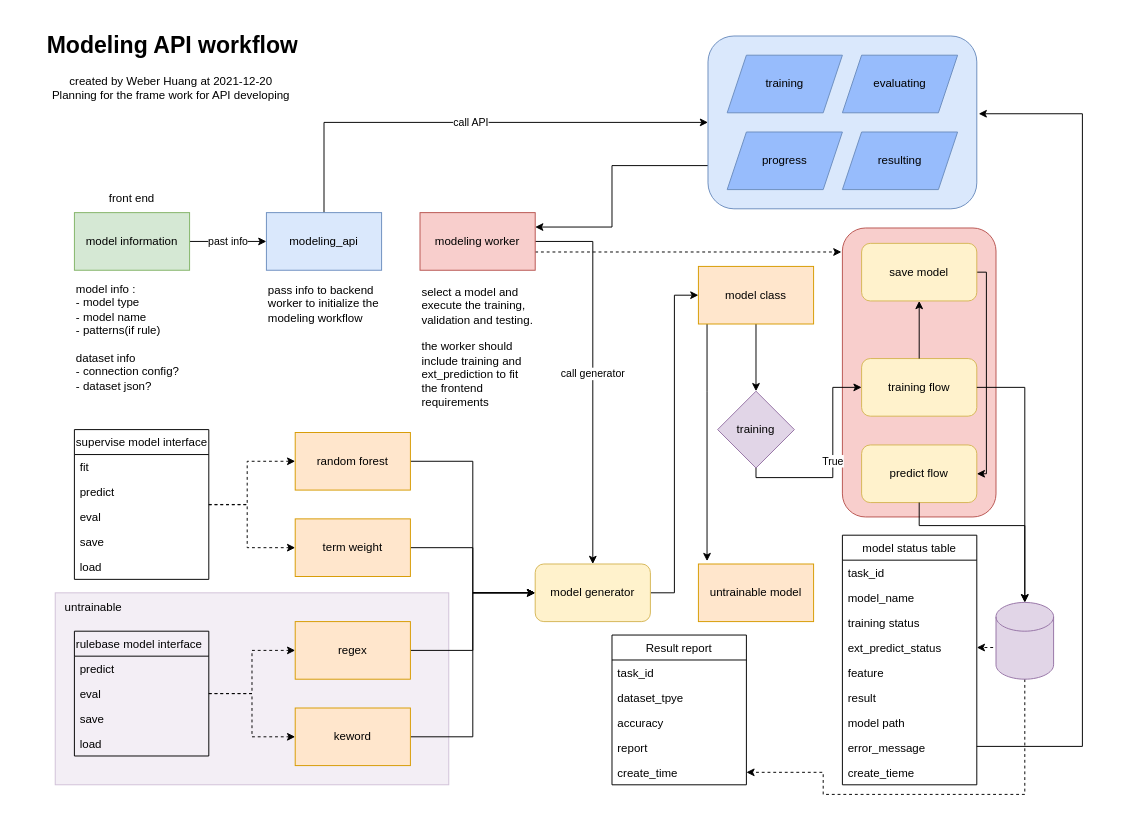
Earlier version of the draw.io diagram page "API planning" (1 of 7) of graph/modeling_api.drawio (ychuang789/labelapi). Source tidied: cells renumbered, new cells numbered last; positions are measured from the earlier drawing's top-left corner, leaving out a move shared by most shapes. Both pictures are drawn from the tidied source at 96%, with x=0, y=0 at pixel (16, 26).
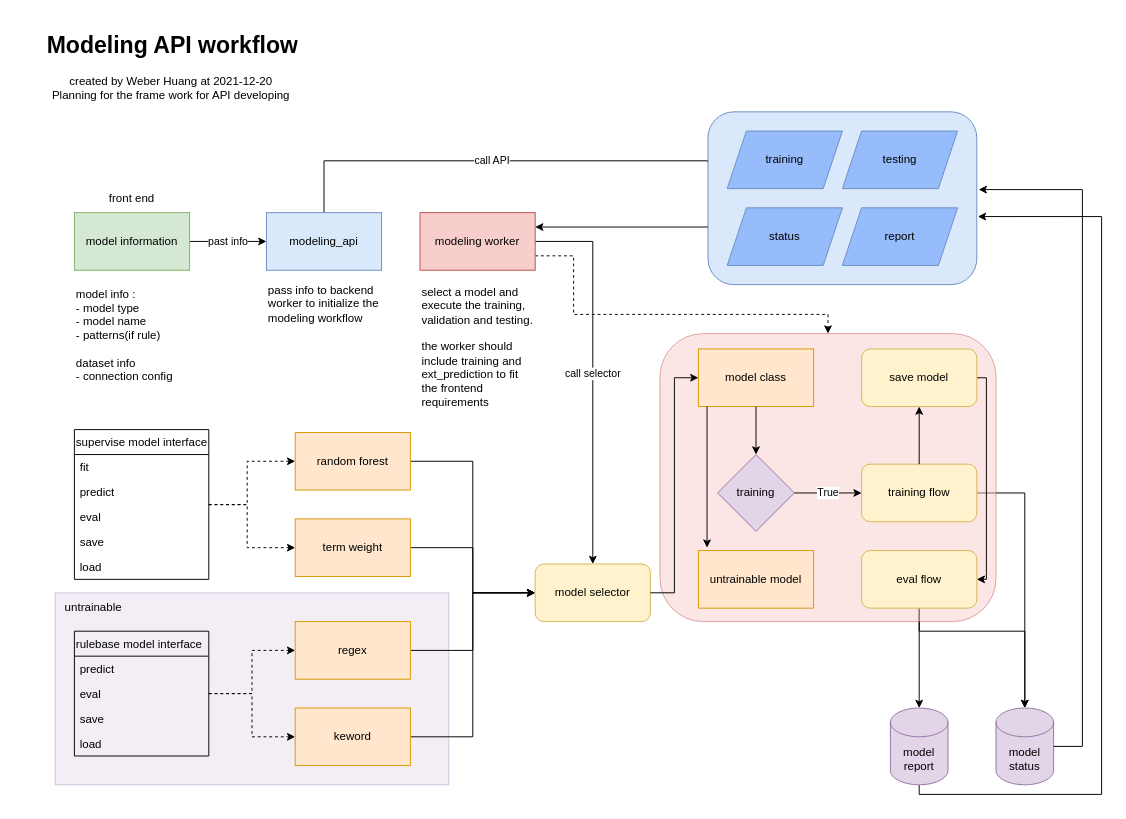
The same page after the edit.

Commit message (it also covers changes not shown here):
edit model_core ModelingWorker init_model

Unchanged cells that the change refers to:
```xml
<mxCell id="8" value="modeling_api" style="rounded=0;whiteSpace=wrap;html=1;fillColor=#dae8fc;strokeColor=#6c8ebf;" parent="1" vertex="1">
  <mxGeometry x="260" y="194" width="120" height="60" as="geometry" />
</mxCell>
<mxCell id="11" value="modeling worker" style="rounded=0;whiteSpace=wrap;html=1;fillColor=#f8cecc;strokeColor=#b85450;" parent="1" vertex="1">
  <mxGeometry x="420" y="194" width="120" height="60" as="geometry" />
</mxCell>
<mxCell id="60" style="rounded=1;whiteSpace=wrap;html=1;align=center;fillColor=#dae8fc;strokeColor=#6c8ebf;" parent="59" vertex="1">
  <mxGeometry width="280" height="180" as="geometry" />
</mxCell>
```

The edit, as a diff of the source:
```diff
@@
-    <mxCell id="2" style="edgeStyle=orthogonalEdgeStyle;rounded=0;jettySize=auto;html=1;entryX=1;entryY=0.5;entryDx=0;entryDy=0;dashed=1;" parent="1" edge="1" source="46" target="81">
-      <mxGeometry relative="1" as="geometry">
-        <Array as="points">
-          <mxPoint x="1050" y="800" />
-          <mxPoint x="840" y="800" />
-          <mxPoint x="840" y="777" />
-        </Array>
-      </mxGeometry>
-    </mxCell>
@@
-    <mxCell id="4" style="edgeStyle=orthogonalEdgeStyle;rounded=0;jettySize=auto;html=1;entryX=1;entryY=0.25;entryDx=0;entryDy=0;exitX=0;exitY=0.75;exitDx=0;exitDy=0;" parent="1" edge="1" source="60" target="11">
+    <mxCell id="4" style="edgeStyle=orthogonalEdgeStyle;rounded=0;jettySize=auto;html=1;entryX=1;entryY=0.25;entryDx=0;entryDy=0;exitX=0.007;exitY=0.661;exitDx=0;exitDy=0;exitPerimeter=0;" parent="1" edge="1" source="60" target="11">
       <mxGeometry relative="1" as="geometry">
         <Array as="points">
-          <mxPoint x="620" y="145" />
-          <mxPoint x="620" y="209" />
+          <mxPoint x="720" y="208" />
+          <mxPoint x="720" y="209" />
         </Array>
       </mxGeometry>
     </mxCell>
@@
-    <mxCell id="7" value="call API" style="edgeStyle=orthogonalEdgeStyle;rounded=0;jettySize=auto;html=1;entryX=0;entryY=0.5;entryDx=0;entryDy=0;" parent="1" edge="1" source="8" target="60">
+    <mxCell id="7" value="call API" style="edgeStyle=orthogonalEdgeStyle;rounded=0;jettySize=auto;html=1;entryX=-0.004;entryY=0.294;entryDx=0;entryDy=0;entryPerimeter=0;" parent="1" edge="1" source="8" target="60">
       <mxGeometry relative="1" as="geometry">
         <Array as="points">
-          <mxPoint x="320" y="100" />
+          <mxPoint x="320" y="140" />
+          <mxPoint x="720" y="140" />
+          <mxPoint x="720" y="142" />
         </Array>
       </mxGeometry>
     </mxCell>
@@
-    <mxCell id="9" value="call generator" style="edgeStyle=orthogonalEdgeStyle;rounded=0;jettySize=auto;html=1;entryX=0.5;entryY=0;entryDx=0;entryDy=0;" parent="1" edge="1" source="11" target="39">
+    <mxCell id="9" value="call selector" style="edgeStyle=orthogonalEdgeStyle;rounded=0;jettySize=auto;html=1;entryX=0.5;entryY=0;entryDx=0;entryDy=0;" parent="1" edge="1" source="11" target="39">
       <mxGeometry relative="1" as="geometry">
         <Array as="points">
           <mxPoint x="600" y="224" />
         </Array>
       </mxGeometry>
     </mxCell>
-    <mxCell id="10" style="edgeStyle=orthogonalEdgeStyle;rounded=0;jettySize=auto;html=1;dashed=1;" parent="1" edge="1" source="11">
+    <mxCell id="10" style="edgeStyle=orthogonalEdgeStyle;rounded=0;jettySize=auto;html=1;dashed=1;entryX=0.5;entryY=0;entryDx=0;entryDy=0;exitX=1;exitY=0.75;exitDx=0;exitDy=0;" parent="1" edge="1" source="11" target="67">
       <mxGeometry relative="1" as="geometry">
-        <mxPoint x="859" y="235" as="targetPoint" />
         <Array as="points">
-          <mxPoint x="700" y="235" />
-          <mxPoint x="700" y="235" />
+          <mxPoint x="580" y="239" />
+          <mxPoint x="580" y="300" />
+          <mxPoint x="845" y="300" />
         </Array>
       </mxGeometry>
     </mxCell>
@@
-    <mxCell id="12" value="model info :&amp;nbsp;&lt;br&gt;- model type&lt;br&gt;- model name&lt;br&gt;- patterns(if rule)&lt;br&gt;&lt;br&gt;dataset info&lt;br&gt;- connection config?&lt;br&gt;- dataset json?&lt;br&gt;" style="text;html=1;strokeColor=none;fillColor=none;align=left;verticalAlign=middle;whiteSpace=wrap;rounded=0;" parent="1" vertex="1">
-      <mxGeometry x="60" y="264" width="120" height="120" as="geometry" />
+    <mxCell id="12" value="model info :&amp;nbsp;&lt;br&gt;- model type&lt;br&gt;- model name&lt;br&gt;- patterns(if rule)&lt;br&gt;&lt;br&gt;dataset info&lt;br&gt;- connection config" style="text;html=1;strokeColor=none;fillColor=none;align=left;verticalAlign=middle;whiteSpace=wrap;rounded=0;" parent="1" vertex="1">
+      <mxGeometry x="60" y="264" width="120" height="116" as="geometry" />
     </mxCell>
@@
-    <mxCell id="38" style="edgeStyle=orthogonalEdgeStyle;rounded=0;jettySize=auto;html=1;entryX=0;entryY=0.5;entryDx=0;entryDy=0;" parent="1" edge="1" source="39" target="43">
-      <mxGeometry relative="1" as="geometry" />
-    </mxCell>
-    <mxCell id="39" value="model generator" style="rounded=1;whiteSpace=wrap;html=1;align=center;fillColor=#fff2cc;strokeColor=#d6b656;" parent="1" vertex="1">
+    <mxCell id="39" value="model selector" style="rounded=1;whiteSpace=wrap;html=1;align=center;fillColor=#fff2cc;strokeColor=#d6b656;" parent="1" vertex="1">
       <mxGeometry x="540" y="560" width="120" height="60" as="geometry" />
     </mxCell>
@@
-    <mxCell id="41" style="edgeStyle=orthogonalEdgeStyle;rounded=0;jettySize=auto;html=1;entryX=0.5;entryY=0;entryDx=0;entryDy=0;" parent="1" edge="1" source="43" target="44">
-      <mxGeometry relative="1" as="geometry" />
-    </mxCell>
-    <mxCell id="42" style="edgeStyle=orthogonalEdgeStyle;rounded=0;jettySize=auto;html=1;entryX=0.075;entryY=-0.05;entryDx=0;entryDy=0;entryPerimeter=0;" parent="1" edge="1" source="43" target="82">
-      <mxGeometry relative="1" as="geometry">
-        <Array as="points">
-          <mxPoint x="719" y="380" />
-          <mxPoint x="719" y="380" />
-        </Array>
-      </mxGeometry>
-    </mxCell>
-    <mxCell id="43" value="model class" style="rounded=0;whiteSpace=wrap;html=1;align=center;fillColor=#ffe6cc;strokeColor=#d79b00;" parent="1" vertex="1">
-      <mxGeometry x="710" y="250" width="120" height="60" as="geometry" />
-    </mxCell>
-    <mxCell id="44" value="training" style="rhombus;whiteSpace=wrap;html=1;align=center;fillColor=#e1d5e7;strokeColor=#9673a6;" parent="1" vertex="1">
-      <mxGeometry x="730" y="380" width="80" height="80" as="geometry" />
-    </mxCell>
-    <mxCell id="45" style="edgeStyle=orthogonalEdgeStyle;rounded=0;jettySize=auto;html=1;entryX=1;entryY=0.5;entryDx=0;entryDy=0;dashed=1;exitX=0.5;exitY=1;exitDx=0;exitDy=0;exitPerimeter=0;" parent="1" edge="1" source="46" target="52">
-      <mxGeometry relative="1" as="geometry">
-        <Array as="points">
-          <mxPoint x="1050" y="647" />
-        </Array>
-      </mxGeometry>
-    </mxCell>
-    <mxCell id="46" style="shape=cylinder3;whiteSpace=wrap;html=1;boundedLbl=1;backgroundOutline=1;size=15;align=center;fillColor=#e1d5e7;strokeColor=#9673a6;" parent="1" vertex="1">
-      <mxGeometry x="1020" y="600" width="60" height="80" as="geometry" />
+    <mxCell id="46" value="model&lt;br&gt;status" style="shape=cylinder3;whiteSpace=wrap;html=1;boundedLbl=1;backgroundOutline=1;size=15;align=center;fillColor=#e1d5e7;strokeColor=#9673a6;" parent="1" vertex="1">
+      <mxGeometry x="1020" y="710" width="60" height="80" as="geometry" />
     </mxCell>
-    <mxCell id="47" style="edgeStyle=orthogonalEdgeStyle;rounded=0;jettySize=auto;html=1;entryX=1.007;entryY=0.45;entryDx=0;entryDy=0;entryPerimeter=0;" parent="1" edge="1" source="48" target="60">
+    <mxCell id="47" style="edgeStyle=orthogonalEdgeStyle;rounded=0;jettySize=auto;html=1;entryX=1.007;entryY=0.45;entryDx=0;entryDy=0;entryPerimeter=0;exitX=1;exitY=0.5;exitDx=0;exitDy=0;exitPerimeter=0;" parent="1" edge="1" source="46" target="60">
       <mxGeometry relative="1" as="geometry">
         <Array as="points">
           <mxPoint x="1110" y="750" />
-          <mxPoint x="1110" y="91" />
+          <mxPoint x="1110" y="170" />
         </Array>
       </mxGeometry>
     </mxCell>
-    <mxCell id="48" value="model status table" style="swimlane;fontStyle=0;horizontal=1;startSize=26;fillColor=none;align=center;" parent="1" vertex="1">
-      <mxGeometry x="860" y="530" width="140" height="260" as="geometry" />
-    </mxCell>
-    <mxCell id="49" value="task_id" style="text;strokeColor=none;fillColor=none;align=left;verticalAlign=top;spacingLeft=4;spacingRight=4;overflow=hidden;" parent="48" vertex="1">
-      <mxGeometry y="26" width="140" height="26" as="geometry" />
-    </mxCell>
-    <mxCell id="50" value="model_name" style="text;strokeColor=none;fillColor=none;align=left;verticalAlign=top;spacingLeft=4;spacingRight=4;overflow=hidden;" parent="48" vertex="1">
-      <mxGeometry y="52" width="140" height="26" as="geometry" />
-    </mxCell>
-    <mxCell id="51" value="training status" style="text;strokeColor=none;fillColor=none;align=left;verticalAlign=top;spacingLeft=4;spacingRight=4;overflow=hidden;" parent="48" vertex="1">
-      <mxGeometry y="78" width="140" height="26" as="geometry" />
-    </mxCell>
-    <mxCell id="52" value="ext_predict_status" style="text;strokeColor=none;fillColor=none;align=left;verticalAlign=top;spacingLeft=4;spacingRight=4;overflow=hidden;points=[[0,0.5],[1,0.5]];portConstraint=eastwest;" parent="48" vertex="1">
-      <mxGeometry y="104" width="140" height="26" as="geometry" />
-    </mxCell>
-    <mxCell id="53" value="feature" style="text;strokeColor=none;fillColor=none;align=left;verticalAlign=top;spacingLeft=4;spacingRight=4;overflow=hidden;" parent="48" vertex="1">
-      <mxGeometry y="130" width="140" height="26" as="geometry" />
-    </mxCell>
-    <mxCell id="54" value="result" style="text;strokeColor=none;fillColor=none;align=left;verticalAlign=top;spacingLeft=4;spacingRight=4;overflow=hidden;" parent="48" vertex="1">
-      <mxGeometry y="156" width="140" height="26" as="geometry" />
-    </mxCell>
-    <mxCell id="55" value="model path" style="text;strokeColor=none;fillColor=none;align=left;verticalAlign=top;spacingLeft=4;spacingRight=4;overflow=hidden;" parent="48" vertex="1">
-      <mxGeometry y="182" width="140" height="26" as="geometry" />
-    </mxCell>
-    <mxCell id="56" value="error_message" style="text;strokeColor=none;fillColor=none;align=left;verticalAlign=top;spacingLeft=4;spacingRight=4;overflow=hidden;" parent="48" vertex="1">
-      <mxGeometry y="208" width="140" height="26" as="geometry" />
-    </mxCell>
-    <mxCell id="57" value="create_tieme" style="text;strokeColor=none;fillColor=none;align=left;verticalAlign=top;spacingLeft=4;spacingRight=4;overflow=hidden;" parent="48" vertex="1">
-      <mxGeometry y="234" width="140" height="26" as="geometry" />
-    </mxCell>
@@
     <mxCell id="59" style="group;" parent="1" vertex="1">
-      <mxGeometry x="720" y="10" width="280" height="180" as="geometry" />
+      <mxGeometry x="720" y="89" width="280" height="180" as="geometry" />
     </mxCell>
@@
-    <mxCell id="62" value="evaluating" style="shape=parallelogram;perimeter=parallelogramPerimeter;whiteSpace=wrap;html=1;fixedSize=1;align=center;fillColor=#97BCFC;strokeColor=#6c8ebf;" parent="59" vertex="1">
+    <mxCell id="62" value="testing" style="shape=parallelogram;perimeter=parallelogramPerimeter;whiteSpace=wrap;html=1;fixedSize=1;align=center;fillColor=#97BCFC;strokeColor=#6c8ebf;" parent="59" vertex="1">
       <mxGeometry x="140" y="20" width="120" height="60" as="geometry" />
     </mxCell>
-    <mxCell id="63" value="progress" style="shape=parallelogram;perimeter=parallelogramPerimeter;whiteSpace=wrap;html=1;fixedSize=1;align=center;fillColor=#97BCFC;strokeColor=#6c8ebf;" parent="59" vertex="1">
+    <mxCell id="63" value="status" style="shape=parallelogram;perimeter=parallelogramPerimeter;whiteSpace=wrap;html=1;fixedSize=1;align=center;fillColor=#97BCFC;strokeColor=#6c8ebf;" parent="59" vertex="1">
       <mxGeometry x="20" y="100" width="120" height="60" as="geometry" />
     </mxCell>
-    <mxCell id="64" value="resulting" style="shape=parallelogram;perimeter=parallelogramPerimeter;whiteSpace=wrap;html=1;fixedSize=1;align=center;fillColor=#97BCFC;strokeColor=#6c8ebf;" parent="59" vertex="1">
+    <mxCell id="64" value="report" style="shape=parallelogram;perimeter=parallelogramPerimeter;whiteSpace=wrap;html=1;fixedSize=1;align=center;fillColor=#97BCFC;strokeColor=#6c8ebf;" parent="59" vertex="1">
       <mxGeometry x="140" y="100" width="120" height="60" as="geometry" />
     </mxCell>
@@
-    <mxCell id="66" style="group;" parent="1" vertex="1">
-      <mxGeometry x="860" y="210" width="160" height="301" as="geometry" />
-    </mxCell>
+    <mxCell id="74" style="edgeStyle=orthogonalEdgeStyle;rounded=0;jettySize=auto;html=1;entryX=0.5;entryY=0;entryDx=0;entryDy=0;entryPerimeter=0;" parent="1" edge="1" source="69" target="46">
+      <mxGeometry relative="1" as="geometry">
+        <Array as="points">
+          <mxPoint x="1050" y="630" />
+        </Array>
+      </mxGeometry>
+    </mxCell>
+    <mxCell id="75" style="edgeStyle=orthogonalEdgeStyle;rounded=0;jettySize=auto;html=1;entryX=0.5;entryY=0;entryDx=0;entryDy=0;entryPerimeter=0;" parent="1" edge="1" source="68" target="46">
+      <mxGeometry relative="1" as="geometry" />
+    </mxCell>
+    <mxCell id="83" style="edgeStyle=orthogonalEdgeStyle;rounded=0;jettySize=auto;html=1;entryX=1.004;entryY=0.606;entryDx=0;entryDy=0;entryPerimeter=0;fontSize=18;endArrow=classic;endFill=1;" parent="1" edge="1" source="84" target="60">
+      <mxGeometry relative="1" as="geometry">
+        <Array as="points">
+          <mxPoint x="940" y="800" />
+          <mxPoint x="1130" y="800" />
+          <mxPoint x="1130" y="198" />
+        </Array>
+      </mxGeometry>
+    </mxCell>
+    <mxCell id="84" value="model&lt;br&gt;report" style="shape=cylinder3;whiteSpace=wrap;html=1;boundedLbl=1;backgroundOutline=1;size=15;align=center;fillColor=#e1d5e7;strokeColor=#9673a6;" parent="1" vertex="1">
+      <mxGeometry x="910" y="710" width="60" height="80" as="geometry" />
+    </mxCell>
+    <mxCell id="85" style="edgeStyle=orthogonalEdgeStyle;rounded=0;jettySize=auto;html=1;fontSize=18;endArrow=classic;endFill=1;entryX=0.5;entryY=0;entryDx=0;entryDy=0;entryPerimeter=0;" parent="1" edge="1" source="69" target="84">
+      <mxGeometry relative="1" as="geometry" />
+    </mxCell>
+    <mxCell id="86" style="group;" parent="1" vertex="1">
+      <mxGeometry x="670" y="320" width="350" height="300" as="geometry" />
+    </mxCell>
-    <mxCell id="67" style="rounded=1;whiteSpace=wrap;html=1;fillColor=#f8cecc;align=center;strokeColor=#b85450;" parent="66" vertex="1">
-      <mxGeometry width="160" height="301" as="geometry" />
+    <mxCell id="67" style="rounded=1;whiteSpace=wrap;html=1;fillColor=#f8cecc;align=center;strokeColor=#b85450;opacity=50;" parent="86" vertex="1">
+      <mxGeometry width="350" height="300" as="geometry" />
     </mxCell>
+    <mxCell id="43" value="model class" style="rounded=0;whiteSpace=wrap;html=1;align=center;fillColor=#ffe6cc;strokeColor=#d79b00;" parent="86" vertex="1">
+      <mxGeometry x="40" y="16" width="120" height="60" as="geometry" />
+    </mxCell>
+    <mxCell id="44" value="training" style="rhombus;whiteSpace=wrap;html=1;align=center;fillColor=#e1d5e7;strokeColor=#9673a6;" parent="86" vertex="1">
+      <mxGeometry x="60" y="126" width="80" height="80" as="geometry" />
+    </mxCell>
+    <mxCell id="41" style="edgeStyle=orthogonalEdgeStyle;rounded=0;jettySize=auto;html=1;entryX=0.5;entryY=0;entryDx=0;entryDy=0;" parent="86" edge="1" source="43" target="44">
+      <mxGeometry relative="1" as="geometry" />
+    </mxCell>
+    <mxCell id="73" value="True" style="edgeStyle=orthogonalEdgeStyle;rounded=0;jettySize=auto;html=1;entryX=0;entryY=0.5;entryDx=0;entryDy=0;exitX=1;exitY=0.5;exitDx=0;exitDy=0;" parent="86" edge="1" source="44" target="68">
+      <mxGeometry relative="1" as="geometry">
+        <Array as="points">
+          <mxPoint x="150" y="166" />
+          <mxPoint x="150" y="166" />
+        </Array>
+      </mxGeometry>
+    </mxCell>
+    <mxCell id="82" value="untrainable model" style="rounded=0;whiteSpace=wrap;html=1;align=center;fillColor=#ffe6cc;strokeColor=#d79b00;" parent="86" vertex="1">
+      <mxGeometry x="40" y="226" width="120" height="60" as="geometry" />
+    </mxCell>
+    <mxCell id="42" style="edgeStyle=orthogonalEdgeStyle;rounded=0;jettySize=auto;html=1;entryX=0.075;entryY=-0.05;entryDx=0;entryDy=0;entryPerimeter=0;" parent="86" edge="1" source="43" target="82">
+      <mxGeometry relative="1" as="geometry">
+        <Array as="points">
+          <mxPoint x="49" y="170" />
+          <mxPoint x="49" y="170" />
+        </Array>
+      </mxGeometry>
+    </mxCell>
-    <mxCell id="68" value="training flow" style="rounded=1;whiteSpace=wrap;html=1;align=center;fillColor=#fff2cc;strokeColor=#d6b656;" parent="66" vertex="1">
-      <mxGeometry x="20" y="136" width="120" height="60" as="geometry" />
+    <mxCell id="68" value="training flow" style="rounded=1;whiteSpace=wrap;html=1;align=center;fillColor=#fff2cc;strokeColor=#d6b656;" parent="86" vertex="1">
+      <mxGeometry x="210" y="136" width="120" height="60" as="geometry" />
     </mxCell>
-    <mxCell id="69" value="predict flow" style="rounded=1;whiteSpace=wrap;html=1;align=center;fillColor=#fff2cc;strokeColor=#d6b656;" parent="66" vertex="1">
-      <mxGeometry x="20" y="226" width="120" height="60" as="geometry" />
+    <mxCell id="69" value="eval flow" style="rounded=1;whiteSpace=wrap;html=1;align=center;fillColor=#fff2cc;strokeColor=#d6b656;" parent="86" vertex="1">
+      <mxGeometry x="210" y="226" width="120" height="60" as="geometry" />
     </mxCell>
-    <mxCell id="70" style="edgeStyle=orthogonalEdgeStyle;rounded=0;jettySize=auto;html=1;entryX=1;entryY=0.5;entryDx=0;entryDy=0;" parent="66" edge="1" source="71" target="69">
-      <mxGeometry relative="1" as="geometry">
+    <mxCell id="70" style="edgeStyle=orthogonalEdgeStyle;rounded=0;jettySize=auto;html=1;entryX=1;entryY=0.5;entryDx=0;entryDy=0;" parent="86" edge="1" source="71" target="69">
+      <mxGeometry x="190" as="geometry">
         <Array as="points">
-          <mxPoint x="150" y="46" />
-          <mxPoint x="150" y="256" />
+          <mxPoint x="340" y="46" />
+          <mxPoint x="340" y="256" />
         </Array>
       </mxGeometry>
     </mxCell>
-    <mxCell id="71" value="save model" style="whiteSpace=wrap;html=1;rounded=1;fillColor=#fff2cc;strokeColor=#d6b656;" parent="66" vertex="1">
-      <mxGeometry x="20" y="16" width="120" height="60" as="geometry" />
+    <mxCell id="71" value="save model" style="whiteSpace=wrap;html=1;rounded=1;fillColor=#fff2cc;strokeColor=#d6b656;" parent="86" vertex="1">
+      <mxGeometry x="210" y="16" width="120" height="60" as="geometry" />
     </mxCell>
-    <mxCell id="72" style="edgeStyle=orthogonalEdgeStyle;rounded=0;jettySize=auto;html=1;" parent="66" edge="1" source="68" target="71">
-      <mxGeometry relative="1" as="geometry" />
+    <mxCell id="72" style="edgeStyle=orthogonalEdgeStyle;rounded=0;jettySize=auto;html=1;" parent="86" edge="1" source="68" target="71">
+      <mxGeometry x="190" as="geometry" />
     </mxCell>
-    <mxCell id="73" value="True" style="edgeStyle=orthogonalEdgeStyle;rounded=0;jettySize=auto;html=1;entryX=0;entryY=0.5;entryDx=0;entryDy=0;exitX=0.5;exitY=1;exitDx=0;exitDy=0;" parent="1" edge="1" source="44" target="68">
-      <mxGeometry relative="1" as="geometry">
-        <Array as="points">
-          <mxPoint x="770" y="470" />
-          <mxPoint x="850" y="470" />
-          <mxPoint x="850" y="376" />
-        </Array>
-      </mxGeometry>
-    </mxCell>
-    <mxCell id="74" style="edgeStyle=orthogonalEdgeStyle;rounded=0;jettySize=auto;html=1;entryX=0.5;entryY=0;entryDx=0;entryDy=0;entryPerimeter=0;" parent="1" edge="1" source="69" target="46">
-      <mxGeometry relative="1" as="geometry">
-        <Array as="points">
-          <mxPoint x="1050" y="520" />
-        </Array>
-      </mxGeometry>
-    </mxCell>
-    <mxCell id="75" style="edgeStyle=orthogonalEdgeStyle;rounded=0;jettySize=auto;html=1;entryX=0.5;entryY=0;entryDx=0;entryDy=0;entryPerimeter=0;" parent="1" edge="1" source="68" target="46">
-      <mxGeometry relative="1" as="geometry" />
-    </mxCell>
-    <mxCell id="76" value="Result report" style="swimlane;fontStyle=0;horizontal=1;startSize=26;fillColor=none;align=center;" parent="1" vertex="1">
-      <mxGeometry x="620" y="634" width="140" height="156" as="geometry" />
-    </mxCell>
-    <mxCell id="77" value="task_id" style="text;strokeColor=none;fillColor=none;align=left;verticalAlign=top;spacingLeft=4;spacingRight=4;overflow=hidden;" parent="76" vertex="1">
-      <mxGeometry y="26" width="140" height="26" as="geometry" />
-    </mxCell>
-    <mxCell id="78" value="dataset_tpye" style="text;strokeColor=none;fillColor=none;align=left;verticalAlign=top;spacingLeft=4;spacingRight=4;overflow=hidden;" parent="76" vertex="1">
-      <mxGeometry y="52" width="140" height="26" as="geometry" />
-    </mxCell>
-    <mxCell id="79" value="accuracy" style="text;strokeColor=none;fillColor=none;align=left;verticalAlign=top;spacingLeft=4;spacingRight=4;overflow=hidden;" parent="76" vertex="1">
-      <mxGeometry y="78" width="140" height="26" as="geometry" />
-    </mxCell>
-    <mxCell id="80" value="report" style="text;strokeColor=none;fillColor=none;align=left;verticalAlign=top;spacingLeft=4;spacingRight=4;overflow=hidden;" parent="76" vertex="1">
-      <mxGeometry y="104" width="140" height="26" as="geometry" />
-    </mxCell>
-    <mxCell id="81" value="create_time" style="text;strokeColor=none;fillColor=none;align=left;verticalAlign=top;spacingLeft=4;spacingRight=4;overflow=hidden;points=[[0,0.5],[1,0.5]];portConstraint=eastwest;" parent="76" vertex="1">
-      <mxGeometry y="130" width="140" height="26" as="geometry" />
-    </mxCell>
-    <mxCell id="82" value="untrainable model" style="rounded=0;whiteSpace=wrap;html=1;align=center;fillColor=#ffe6cc;strokeColor=#d79b00;" parent="1" vertex="1">
-      <mxGeometry x="710" y="560" width="120" height="60" as="geometry" />
-    </mxCell>
+    <mxCell id="38" style="edgeStyle=orthogonalEdgeStyle;rounded=0;jettySize=auto;html=1;entryX=0;entryY=0.5;entryDx=0;entryDy=0;" parent="1" edge="1" source="39" target="43">
+      <mxGeometry relative="1" as="geometry" />
+    </mxCell>
```
